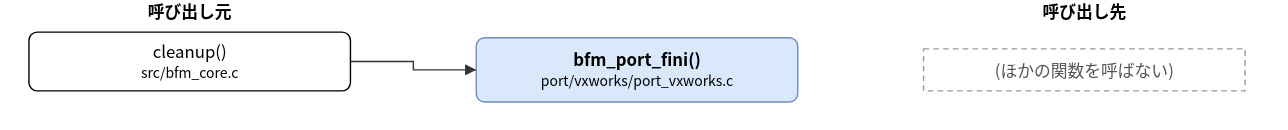
Earlier version of the draw.io export doc/spec/images/call_port_vxworks_port_vxworks-bfm_port_fini.drawio.svg (hf355051012-ai/bfmem). Source tidied: cells renumbered, new cells last; positions are measured from the earlier drawing's top-left corner, leaving out a move shared by most shapes.
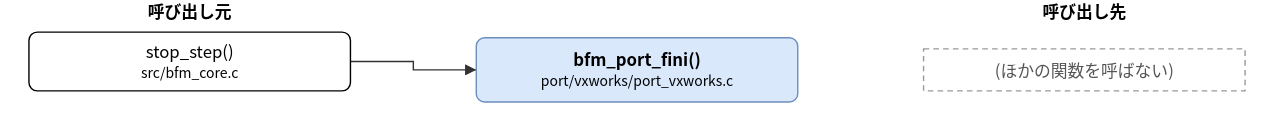
The same file after the commit.

What changed in the source:
```diff
@@ -5,7 +5,7 @@
     <mxCell id="2" value="bfm_port_fini()&lt;br&gt;&lt;font style=&quot;font-size:10px&quot;&gt;port/vxworks/port_vxworks.c&lt;/font&gt;" style="rounded=1;whiteSpace=wrap;html=1;fillColor=#dae8fc;strokeColor=#6c8ebf;fontStyle=1;" parent="1" vertex="1">
       <mxGeometry x="320" y="27" width="230" height="46" as="geometry" />
     </mxCell>
-    <mxCell id="3" value="cleanup()&lt;br&gt;&lt;font style=&quot;font-size:10px&quot;&gt;src/bfm_core.c&lt;/font&gt;" style="rounded=1;whiteSpace=wrap;html=1;" parent="1" vertex="1">
+    <mxCell id="3" value="stop_step()&lt;br&gt;&lt;font style=&quot;font-size:10px&quot;&gt;src/bfm_core.c&lt;/font&gt;" style="rounded=1;whiteSpace=wrap;html=1;" parent="1" vertex="1">
       <mxGeometry y="23" width="230" height="42" as="geometry" />
     </mxCell>
     <mxCell id="4" value="(ほかの関数を呼ばない)" style="rounded=0;whiteSpace=wrap;html=1;dashed=1;strokeColor=#999999;fontColor=#555555;dashed=1;" parent="1" vertex="1">
```
